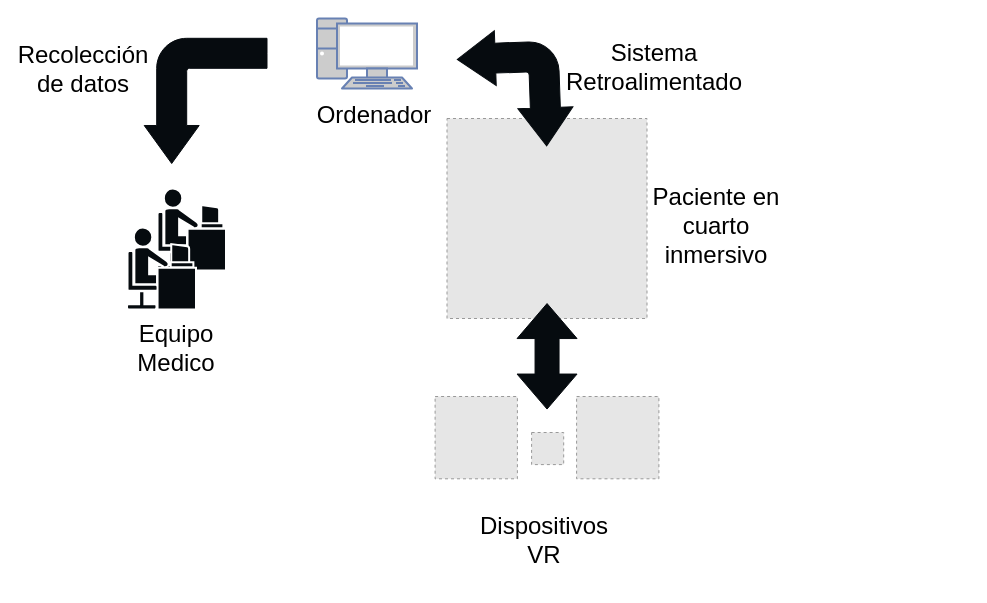
Melli11/DiagramasDFD keeps this draw.io diagram as page "Page-3" (3 of 3) of figuras/Untitled Diagram.drawio. Above is the earlier version. Source tidied: cells renumbered, new cells numbered last; positions are measured from the earlier drawing's top-left corner, leaving out a move shared by most shapes. Both pictures are drawn from the tidied source at 100%, with x=0, y=0 at pixel (22, 18). Pictures stored in the file or linked from it are replaced by grey dashed boxes.
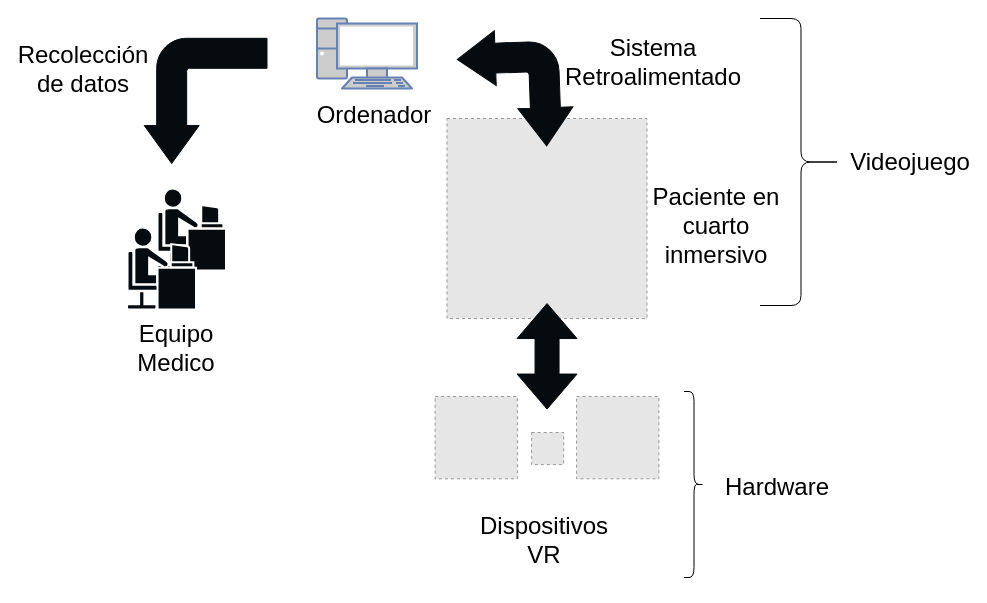
After the change.

The edit, as a diff of the source:
```diff
@@
     <mxCell id="12" value="&lt;h1&gt;&lt;span style=&quot;font-weight: normal&quot;&gt;Sistema Retroalimentado&lt;/span&gt;&lt;/h1&gt;" style="text;html=1;strokeColor=none;fillColor=none;align=center;verticalAlign=middle;whiteSpace=wrap;rounded=0;fontStyle=0;" parent="1" vertex="1">
-      <mxGeometry x="568" y="18" width="127.5" height="61" as="geometry" />
+      <mxGeometry x="567" y="13" width="127.5" height="61" as="geometry" />
     </mxCell>
@@
+    <mxCell id="19" value="&lt;h1&gt;&lt;span style=&quot;font-weight: normal&quot;&gt;Videojuego&lt;/span&gt;&lt;/h1&gt;" style="text;html=1;strokeColor=none;fillColor=none;align=center;verticalAlign=middle;whiteSpace=wrap;rounded=0;fontStyle=0;" parent="1" vertex="1">
+      <mxGeometry x="827.5" y="113.5" width="120" height="60" as="geometry" />
+    </mxCell>
+    <mxCell id="20" style="shape=curlyBracket;whiteSpace=wrap;html=1;rounded=1;flipH=1;" parent="1" vertex="1">
+      <mxGeometry x="661.5" y="373" width="20" height="186" as="geometry" />
+    </mxCell>
+    <mxCell id="21" style="shape=curlyBracket;whiteSpace=wrap;html=1;rounded=1;flipH=1;" parent="1" vertex="1">
+      <mxGeometry x="737.5" width="82" height="287" as="geometry" />
+    </mxCell>
+    <mxCell id="22" value="&lt;h1&gt;&lt;span style=&quot;font-weight: normal&quot;&gt;Hardware&lt;/span&gt;&lt;/h1&gt;" style="text;html=1;strokeColor=none;fillColor=none;align=center;verticalAlign=middle;whiteSpace=wrap;rounded=0;fontStyle=0;" parent="1" vertex="1">
+      <mxGeometry x="694.5" y="439" width="120" height="60" as="geometry" />
+    </mxCell>
```
